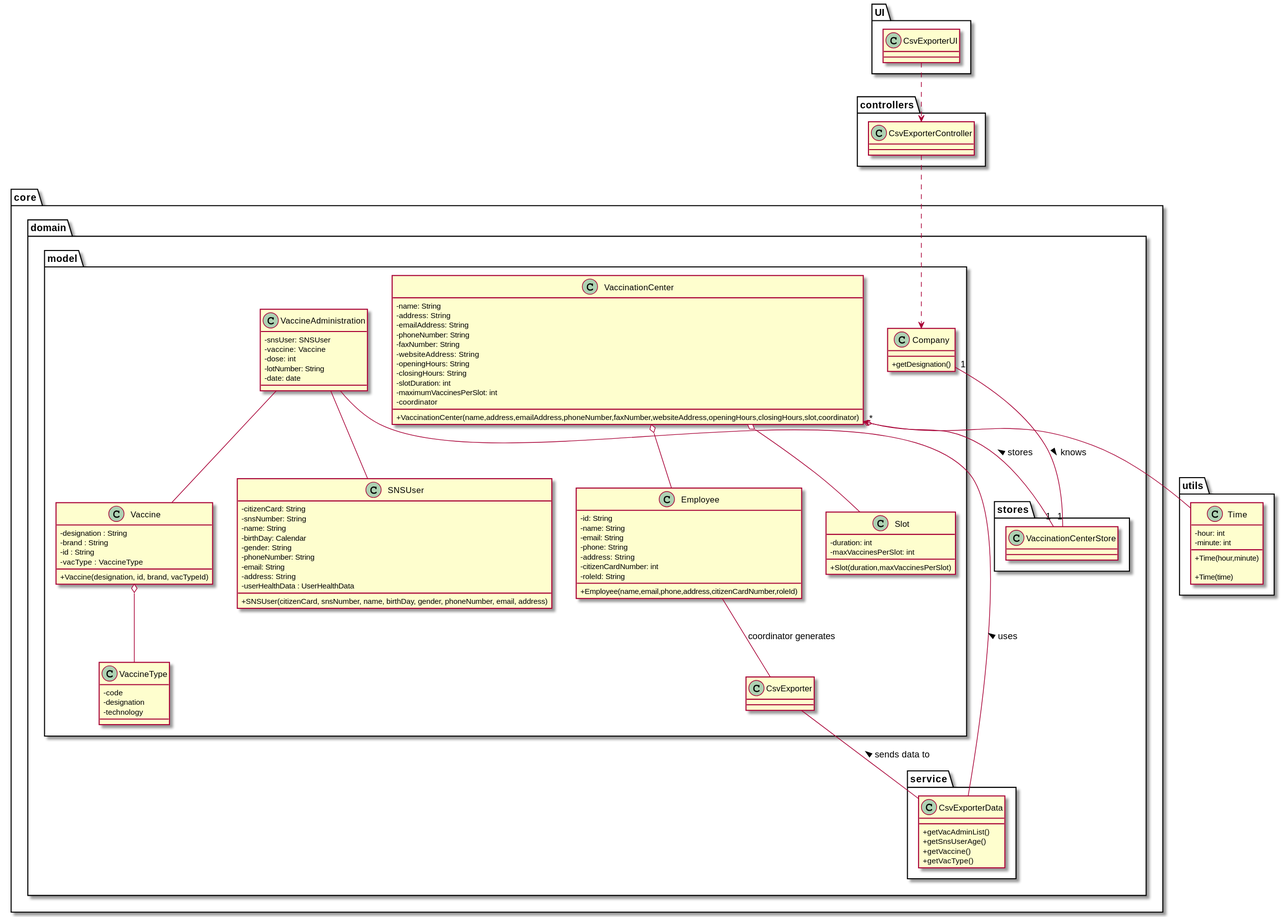
This is docs/SprintD/US15/CD/US15_CD.svg from miseEnPlace-i/lapr2, a PlantUML export, as it was before one commit.
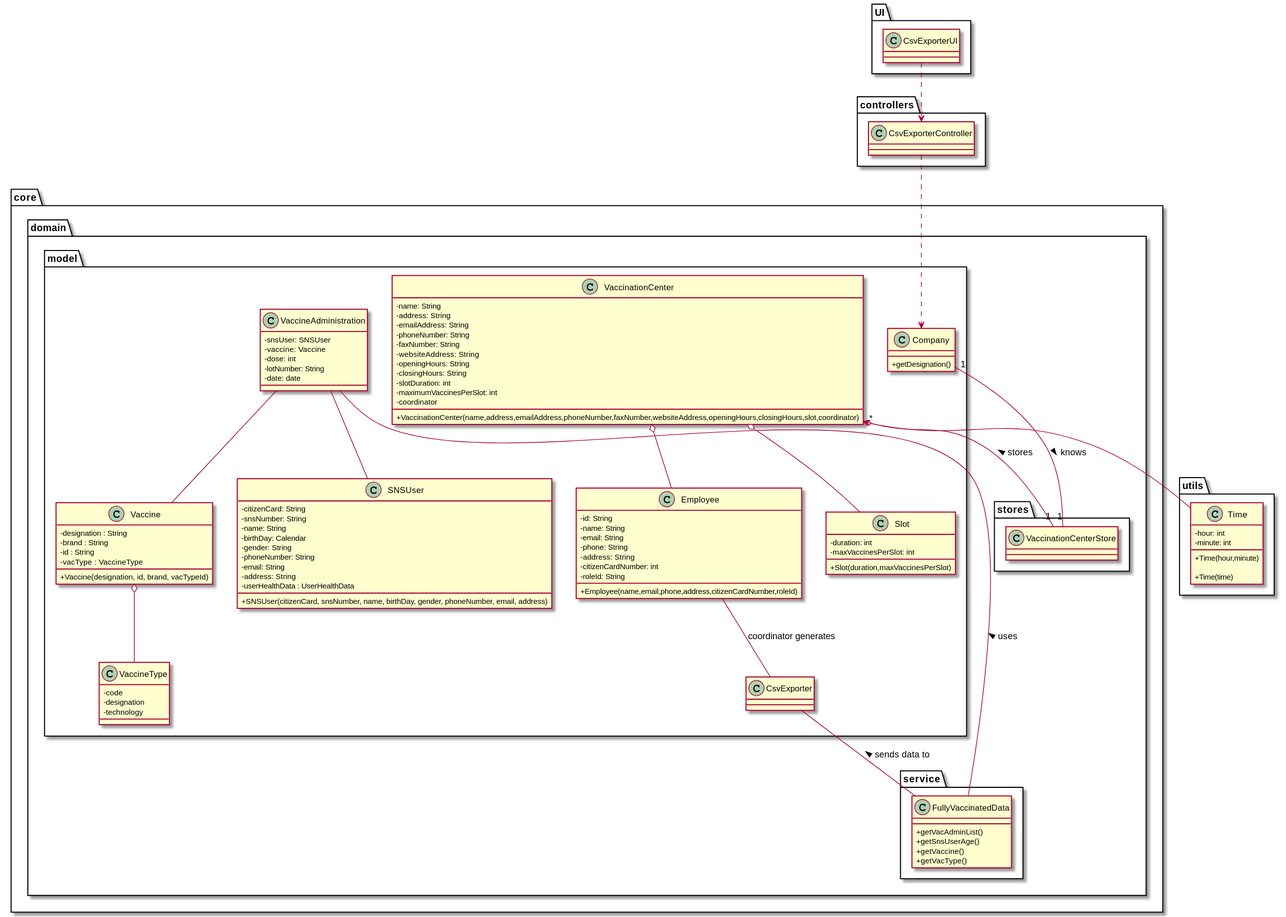
After the commit.

Commit message:
docs(US15): updated CD (updated CsvExporterData class name)

What changed in the source:
```diff
@@ -26,7 +26,7 @@
 
     package service {
 
-class CsvExporterData {
+class FullyVaccinatedData {
     +getVacAdminList()
     +getSnsUserAge()
     +getVaccine()
@@ -141,9 +141,9 @@
 VaccineAdministration -- Vaccine
 VaccineAdministration -- SNSUser
 
-CsvExporterData -- VaccineAdministration : uses >
+FullyVaccinatedData -- VaccineAdministration : uses >
 
-CsvExporter -- CsvExporterData : sends data to <
+CsvExporter -- FullyVaccinatedData : sends data to <
 
 Employee -- CsvExporter : coordinator generates
 
```
